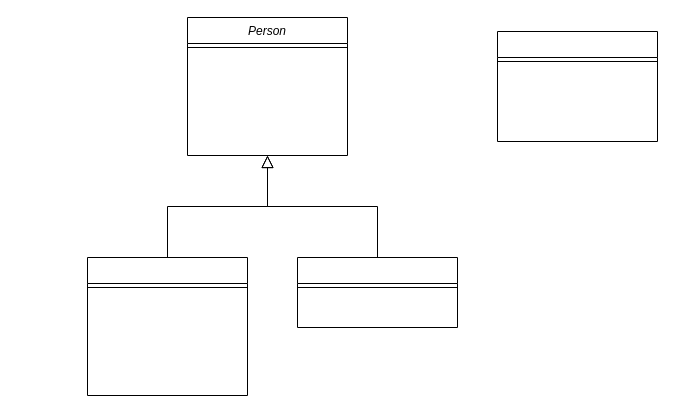
Earlier version of the draw.io diagram JoYa.drawio (JawherBenjeddou/Joya_Diagram). Source tidied: cells renumbered, new cells numbered last; positions are measured from the earlier drawing's top-left corner, leaving out a move shared by most shapes. Both pictures are drawn from the tidied source at 100%, with x=0, y=0 at pixel (87, 17).
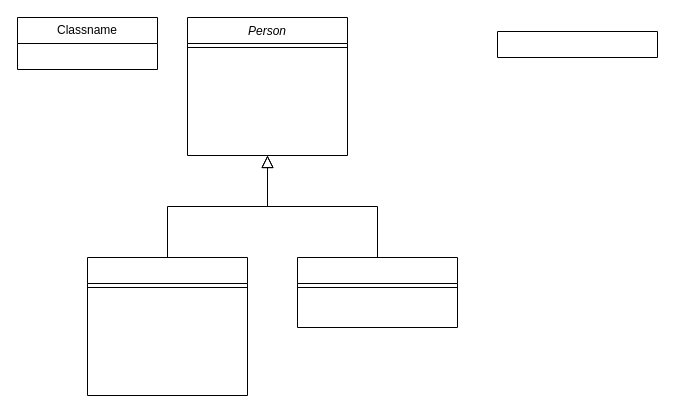
Above is the later version.

The edit, as a diff of the source:
```diff
@@
 <mxGraphModel>
   <root>
     <mxCell id="0" />
     <mxCell id="1" parent="0" />
     <mxCell id="2" value="Person" style="swimlane;fontStyle=2;align=center;verticalAlign=top;horizontal=1;startSize=26;rounded=0;shadow=0;strokeWidth=1;" parent="1" vertex="1">
       <mxGeometry x="100" width="160" height="138" as="geometry" />
     </mxCell>
     <mxCell id="3" style="line;html=1;strokeWidth=1;align=left;verticalAlign=middle;spacingTop=-1;spacingLeft=3;spacingRight=3;labelPosition=right;" parent="2" vertex="1">
       <mxGeometry y="26" width="160" height="8" as="geometry" />
     </mxCell>
     <mxCell id="4" style="swimlane;fontStyle=0;align=center;verticalAlign=top;horizontal=1;startSize=26;rounded=0;shadow=0;strokeWidth=1;" parent="1" vertex="1">
       <mxGeometry y="240" width="160" height="138" as="geometry" />
     </mxCell>
     <mxCell id="5" style="line;html=1;strokeWidth=1;align=left;verticalAlign=middle;spacingTop=-1;spacingLeft=3;spacingRight=3;labelPosition=right;" parent="4" vertex="1">
       <mxGeometry y="26" width="160" height="8" as="geometry" />
     </mxCell>
     <mxCell id="6" style="endArrow=block;endSize=10;endFill=0;shadow=0;strokeWidth=1;rounded=0;curved=0;edgeStyle=elbowEdgeStyle;elbow=vertical;" parent="1" edge="1" source="4" target="2">
       <mxGeometry relative="1" as="geometry" />
     </mxCell>
     <mxCell id="7" style="swimlane;fontStyle=0;align=center;verticalAlign=top;horizontal=1;startSize=26;rounded=0;shadow=0;strokeWidth=1;" parent="1" vertex="1">
       <mxGeometry x="210" y="240" width="160" height="70" as="geometry" />
     </mxCell>
     <mxCell id="8" style="line;html=1;strokeWidth=1;align=left;verticalAlign=middle;spacingTop=-1;spacingLeft=3;spacingRight=3;labelPosition=right;" parent="7" vertex="1">
       <mxGeometry y="26" width="160" height="8" as="geometry" />
     </mxCell>
     <mxCell id="9" style="endArrow=block;endSize=10;endFill=0;shadow=0;strokeWidth=1;rounded=0;curved=0;edgeStyle=elbowEdgeStyle;elbow=vertical;" parent="1" edge="1" source="7" target="2">
       <mxGeometry relative="1" as="geometry" />
     </mxCell>
-    <mxCell id="10" style="swimlane;fontStyle=0;align=center;verticalAlign=top;horizontal=1;startSize=26;rounded=0;shadow=0;strokeWidth=1;" parent="1" vertex="1">
-      <mxGeometry x="410" y="14" width="160" height="110" as="geometry" />
+    <mxCell id="10" style="swimlane;fontStyle=0;align=center;verticalAlign=top;horizontal=1;startSize=26;rounded=0;shadow=0;strokeWidth=1;" parent="1" vertex="1" collapsed="1">
+      <mxGeometry x="410" y="14" width="160" height="26" as="geometry" />
     </mxCell>
-    <mxCell id="11" style="line;html=1;strokeWidth=1;align=left;verticalAlign=middle;spacingTop=-1;spacingLeft=3;spacingRight=3;labelPosition=right;" parent="10" vertex="1">
-      <mxGeometry y="26" width="160" height="8" as="geometry" />
-    </mxCell>
+    <mxCell id="12" value="Classname" style="swimlane;fontStyle=0;horizontal=1;startSize=26;fillColor=none;whiteSpace=wrap;html=1;" parent="1" vertex="1">
+      <mxGeometry x="-70" width="140" height="52" as="geometry" />
+    </mxCell>
   </root>
 </mxGraphModel>
```
